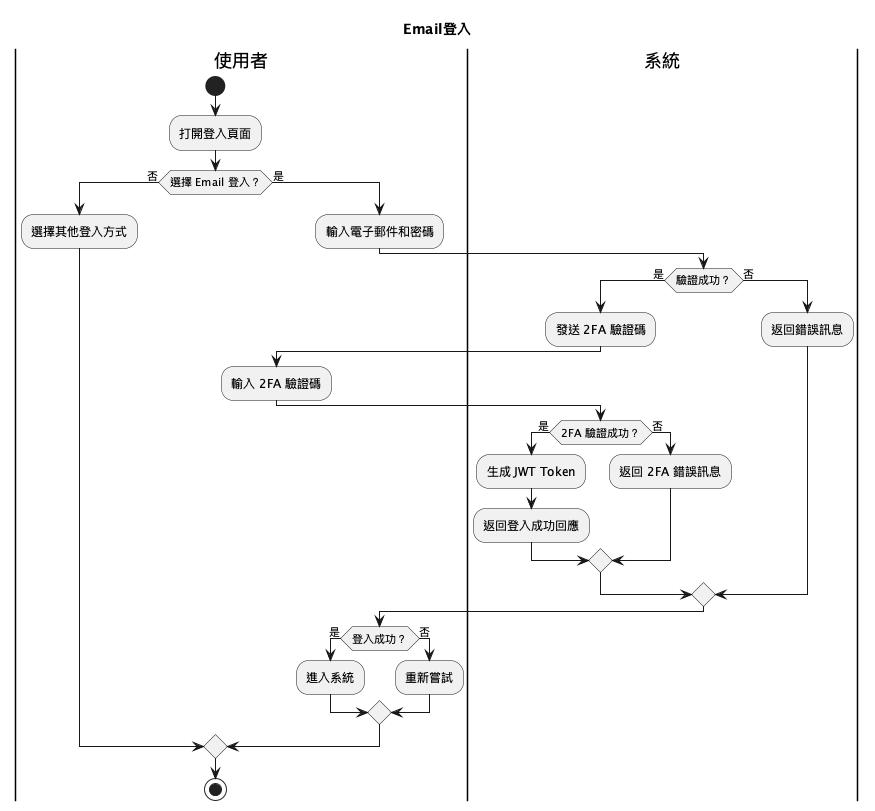
The PlantUML diagram doc/swimlane-diagrams/email-login.png in kuanhaolin/EdgeSurvivor, before a commit. The source it was exported from:
```plantuml
@startuml
title Email登入
|使用者|
start
:打開登入頁面;
if (選擇 Email 登入？) then (否)
  |使用者|
  :選擇其他登入方式;
else (是)
  :輸入電子郵件和密碼;
  |系統|
  if (驗證成功？) then (是)
    :發送 2FA 驗證碼;
    |使用者|
    :輸入 2FA 驗證碼;
    |系統|
    if (2FA 驗證成功？) then (是)
      :生成 JWT Token;
      :返回登入成功回應;
    else (否)
      :返回 2FA 錯誤訊息;
    endif
  else (否)
    :返回錯誤訊息;
  endif
  |使用者|
  if (登入成功？) then (是)
    :進入系統;
  else (否)
    :重新嘗試;
  endif
endif
stop
@enduml
```
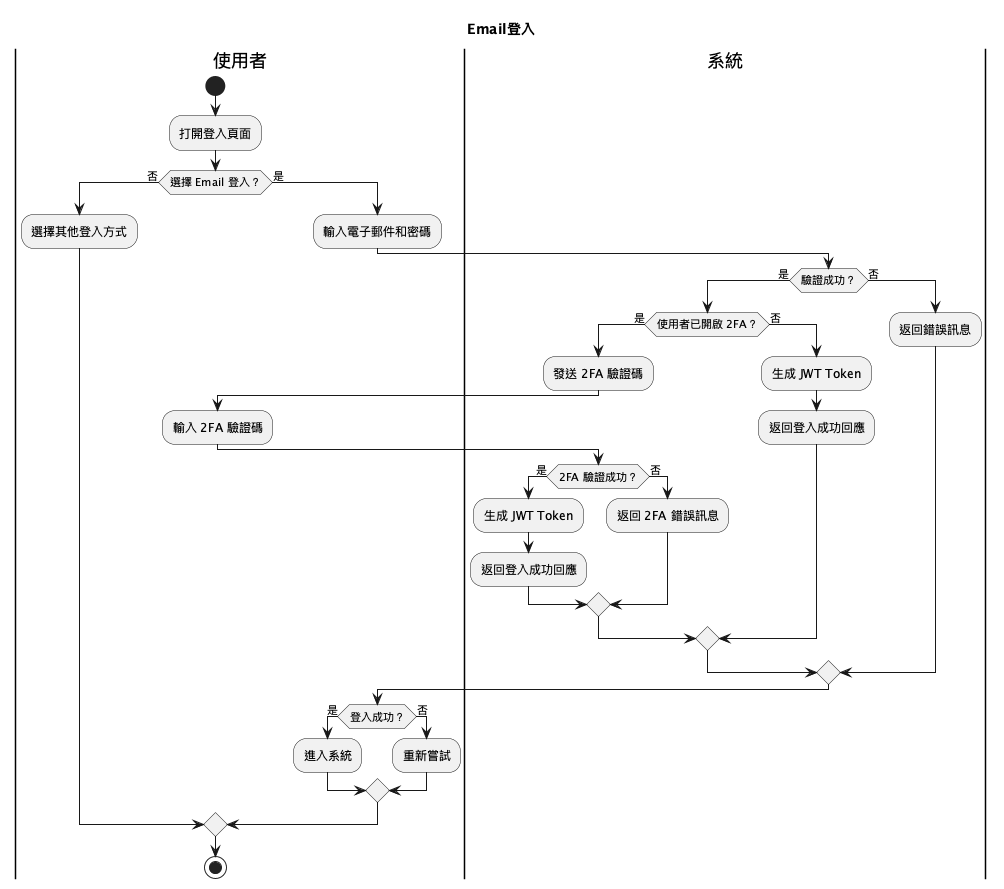
After the commit.

Commit message:
modify email login diagram

The edit, as a diff of the source:
```diff
@@ -10,15 +10,20 @@
   :輸入電子郵件和密碼;
   |系統|
   if (驗證成功？) then (是)
-    :發送 2FA 驗證碼;
-    |使用者|
-    :輸入 2FA 驗證碼;
-    |系統|
-    if (2FA 驗證成功？) then (是)
+    if (使用者已開啟 2FA？) then (是)
+      :發送 2FA 驗證碼;
+      |使用者|
+      :輸入 2FA 驗證碼;
+      |系統|
+      if (2FA 驗證成功？) then (是)
+        :生成 JWT Token;
+        :返回登入成功回應;
+      else (否)
+        :返回 2FA 錯誤訊息;
+      endif
+    else (否)
       :生成 JWT Token;
       :返回登入成功回應;
-    else (否)
-      :返回 2FA 錯誤訊息;
     endif
   else (否)
     :返回錯誤訊息;
```
